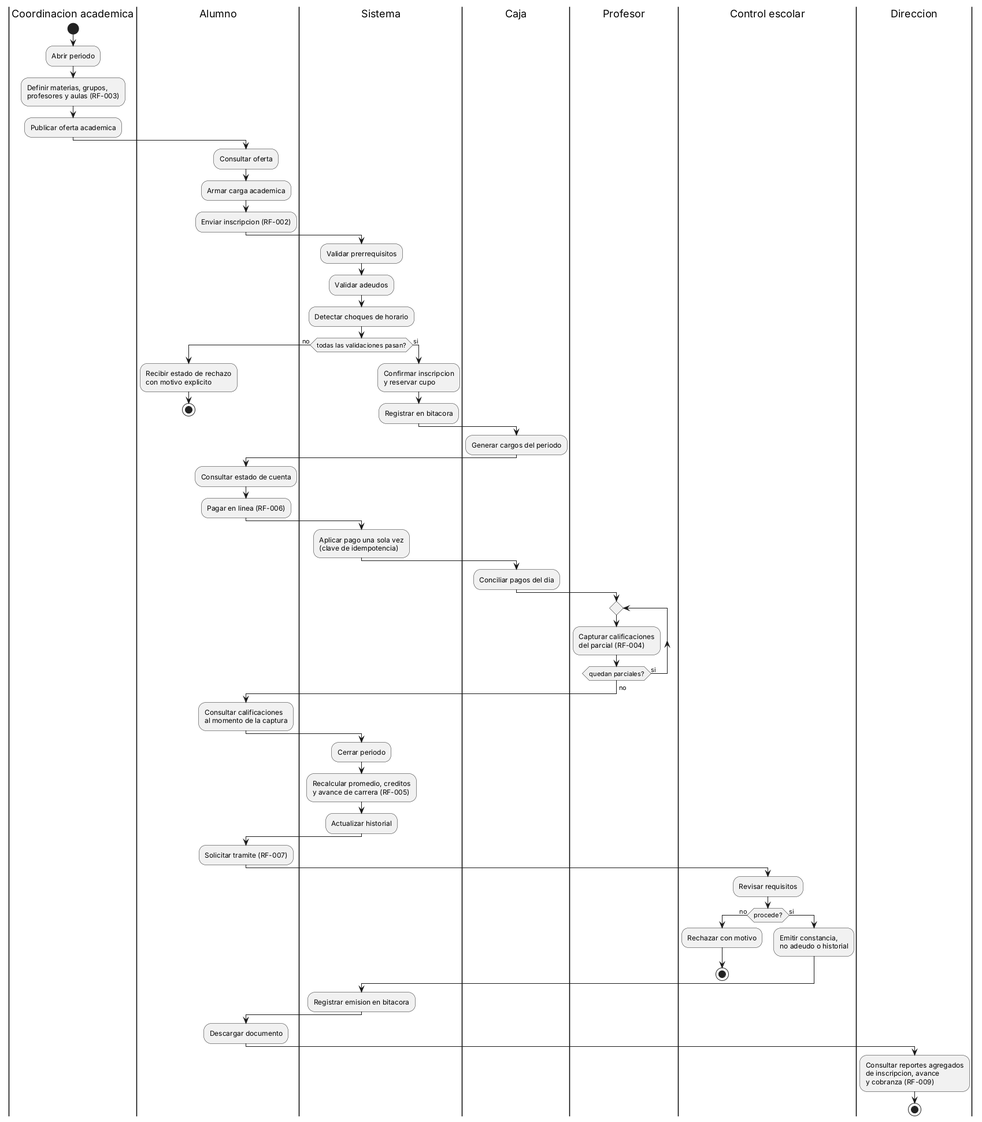
Before: docs/arquitectura/render/fig07-actividad-semestre.png, a diagram exported from PlantUML (fjmp-dev/sce-control-escolar). The source it was exported from:
```plantuml
@startuml fig07-actividad-semestre
skinparam shadowing false

|Coordinacion academica|
start
:Abrir periodo;
:Definir materias, grupos,
profesores y aulas (RF-003);
:Publicar oferta academica;

|Alumno|
:Consultar oferta;
:Armar carga academica;
:Enviar inscripcion (RF-002);

|Sistema|
:Validar prerrequisitos;
:Validar adeudos;
:Detectar choques de horario;
if (todas las validaciones pasan?) then (no)
  |Alumno|
  :Recibir estado de rechazo
  con motivo explicito;
  stop
else (si)
  |Sistema|
  :Confirmar inscripcion
  y reservar cupo;
  :Registrar en bitacora;
endif

|Caja|
:Generar cargos del periodo;

|Alumno|
:Consultar estado de cuenta;
:Pagar en linea (RF-006);

|Sistema|
:Aplicar pago una sola vez
(clave de idempotencia);

|Caja|
:Conciliar pagos del dia;

|Profesor|
repeat
  :Capturar calificaciones
  del parcial (RF-004);
repeat while (quedan parciales?) is (si)
->no;

|Alumno|
:Consultar calificaciones
al momento de la captura;

|Sistema|
:Cerrar periodo;
:Recalcular promedio, creditos
y avance de carrera (RF-005);
:Actualizar historial;

|Alumno|
:Solicitar tramite (RF-007);

|Control escolar|
:Revisar requisitos;
if (procede?) then (no)
  :Rechazar con motivo;
  stop
else (si)
  :Emitir constancia,
  no adeudo o historial;
endif

|Sistema|
:Registrar emision en bitacora;

|Alumno|
:Descargar documento;

|Direccion|
:Consultar reportes agregados
de inscripcion, avance
y cobranza (RF-009);
stop

@enduml
```
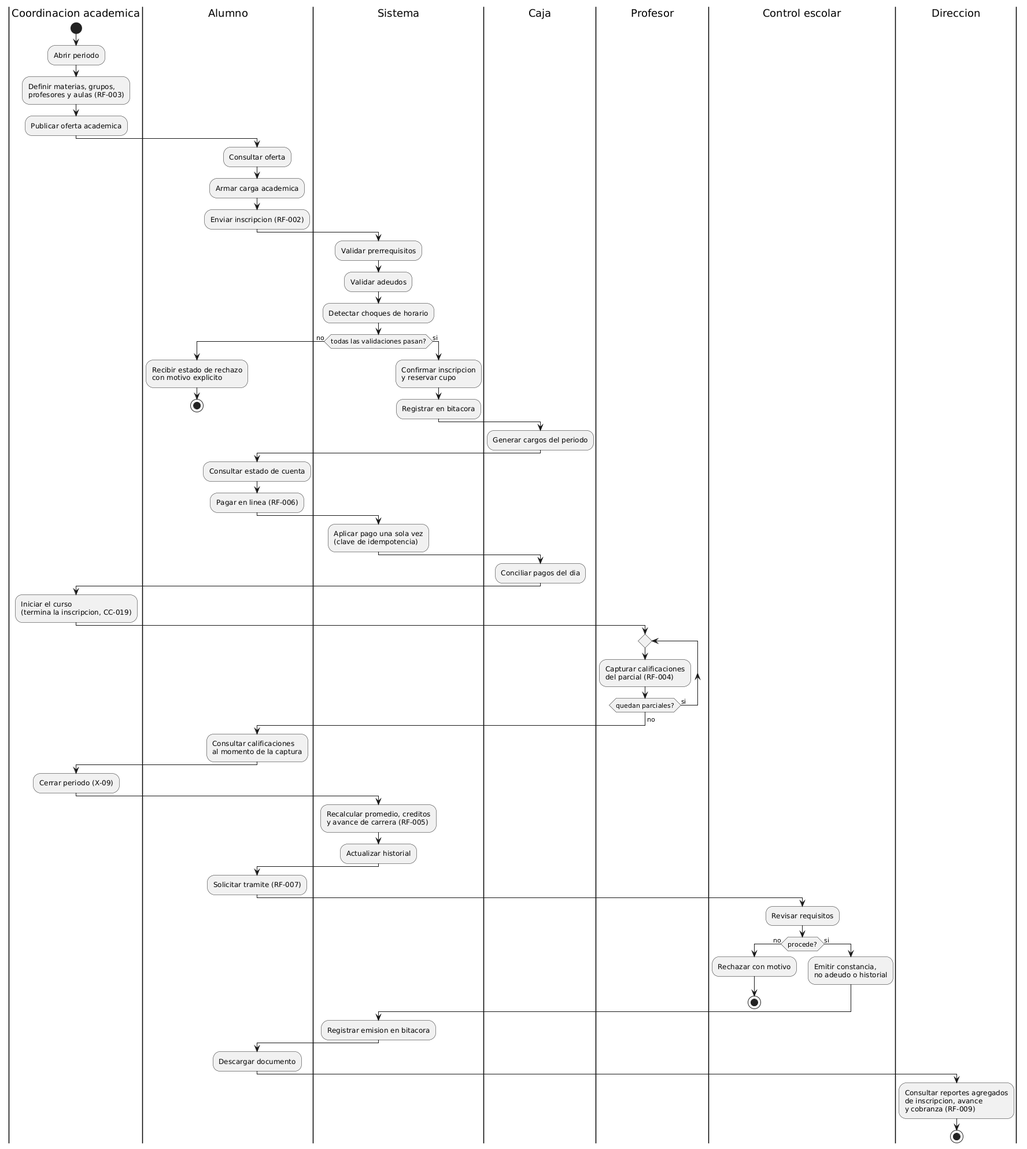
After the change.

The edit, as a diff of the source:
```diff
@@ -43,6 +43,10 @@
 |Caja|
 :Conciliar pagos del dia;
 
+|Coordinacion academica|
+:Iniciar el curso
+(termina la inscripcion, CC-019);
+
 |Profesor|
 repeat
   :Capturar calificaciones
@@ -54,8 +58,10 @@
 :Consultar calificaciones
 al momento de la captura;
 
+|Coordinacion academica|
+:Cerrar periodo (X-09);
+
 |Sistema|
-:Cerrar periodo;
 :Recalcular promedio, creditos
 y avance de carrera (RF-005);
 :Actualizar historial;
```
